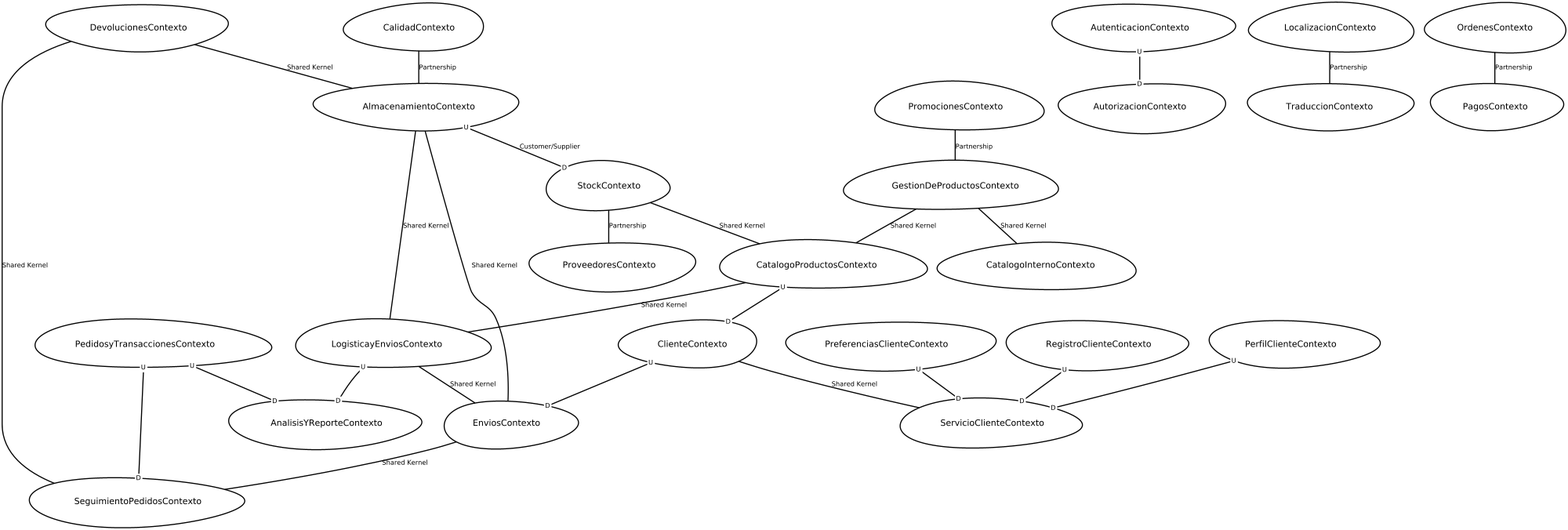
Before: src-gen/G6SistemaECommerce_ContextMap.png, a diagram exported from Graphviz (ErickAlexanderBecerra/CM---Sistema-E-Commerce). Its source is kept beside it as src-gen/G6SistemaECommerce_ContextMap.gv.
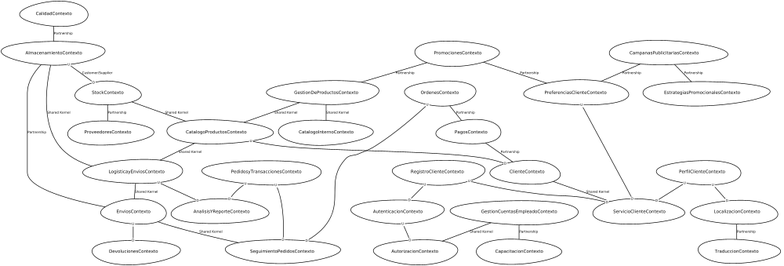
After the change.

The edit, as a diff of the source:
```diff
@@ -1,57 +1,61 @@
 digraph "ContextMapGraph" {
 graph ["imagepath"="/tmp/GraphvizJava"]
-"AlmacenamientoContexto" ["margin"="0.3","orientation"="275","shape"="egg","fontsize"="16","style"="bold","label"="AlmacenamientoContexto\n","fontname"="sans-serif"]
-"StockContexto" ["margin"="0.3","orientation"="137","shape"="egg","fontsize"="16","style"="bold","label"="StockContexto\n","fontname"="sans-serif"]
-"CatalogoProductosContexto" ["margin"="0.3","orientation"="135","shape"="egg","fontsize"="16","style"="bold","label"="CatalogoProductosContexto\n","fontname"="sans-serif"]
-"LogisticayEnviosContexto" ["margin"="0.3","orientation"="52","shape"="egg","fontsize"="16","style"="bold","label"="LogisticayEnviosContexto\n","fontname"="sans-serif"]
-"AnalisisYReporteContexto" ["margin"="0.3","orientation"="155","shape"="egg","fontsize"="16","style"="bold","label"="AnalisisYReporteContexto\n","fontname"="sans-serif"]
-"EnviosContexto" ["margin"="0.3","orientation"="259","shape"="egg","fontsize"="16","style"="bold","label"="EnviosContexto\n","fontname"="sans-serif"]
-"SeguimientoPedidosContexto" ["margin"="0.3","orientation"="43","shape"="egg","fontsize"="16","style"="bold","label"="SeguimientoPedidosContexto\n","fontname"="sans-serif"]
-"ClienteContexto" ["margin"="0.3","orientation"="47","shape"="egg","fontsize"="16","style"="bold","label"="ClienteContexto\n","fontname"="sans-serif"]
-"ServicioClienteContexto" ["margin"="0.3","orientation"="52","shape"="egg","fontsize"="16","style"="bold","label"="ServicioClienteContexto\n","fontname"="sans-serif"]
-"ProveedoresContexto" ["margin"="0.3","orientation"="36","shape"="egg","fontsize"="16","style"="bold","label"="ProveedoresContexto\n","fontname"="sans-serif"]
-"AutenticacionContexto" ["margin"="0.3","orientation"="115","shape"="egg","fontsize"="16","style"="bold","label"="AutenticacionContexto\n","fontname"="sans-serif"]
-"AutorizacionContexto" ["margin"="0.3","orientation"="267","shape"="egg","fontsize"="16","style"="bold","label"="AutorizacionContexto\n","fontname"="sans-serif"]
-"CalidadContexto" ["margin"="0.3","orientation"="51","shape"="egg","fontsize"="16","style"="bold","label"="CalidadContexto\n","fontname"="sans-serif"]
-"CatalogoInternoContexto" ["margin"="0.3","orientation"="332","shape"="egg","fontsize"="16","style"="bold","label"="CatalogoInternoContexto\n","fontname"="sans-serif"]
-"DevolucionesContexto" ["margin"="0.3","orientation"="96","shape"="egg","fontsize"="16","style"="bold","label"="DevolucionesContexto\n","fontname"="sans-serif"]
-"GestionDeProductosContexto" ["margin"="0.3","orientation"="241","shape"="egg","fontsize"="16","style"="bold","label"="GestionDeProductosContexto\n","fontname"="sans-serif"]
-"LocalizacionContexto" ["margin"="0.3","orientation"="291","shape"="egg","fontsize"="16","style"="bold","label"="LocalizacionContexto\n","fontname"="sans-serif"]
-"TraduccionContexto" ["margin"="0.3","orientation"="94","shape"="egg","fontsize"="16","style"="bold","label"="TraduccionContexto\n","fontname"="sans-serif"]
-"OrdenesContexto" ["margin"="0.3","orientation"="343","shape"="egg","fontsize"="16","style"="bold","label"="OrdenesContexto\n","fontname"="sans-serif"]
-"PagosContexto" ["margin"="0.3","orientation"="70","shape"="egg","fontsize"="16","style"="bold","label"="PagosContexto\n","fontname"="sans-serif"]
-"PedidosyTransaccionesContexto" ["margin"="0.3","orientation"="132","shape"="egg","fontsize"="16","style"="bold","label"="PedidosyTransaccionesContexto\n","fontname"="sans-serif"]
-"PerfilClienteContexto" ["margin"="0.3","orientation"="308","shape"="egg","fontsize"="16","style"="bold","label"="PerfilClienteContexto\n","fontname"="sans-serif"]
-"PreferenciasClienteContexto" ["margin"="0.3","orientation"="189","shape"="egg","fontsize"="16","style"="bold","label"="PreferenciasClienteContexto\n","fontname"="sans-serif"]
-"PromocionesContexto" ["margin"="0.3","orientation"="77","shape"="egg","fontsize"="16","style"="bold","label"="PromocionesContexto\n","fontname"="sans-serif"]
-"RegistroClienteContexto" ["margin"="0.3","orientation"="259","shape"="egg","fontsize"="16","style"="bold","label"="RegistroClienteContexto\n","fontname"="sans-serif"]
+"AlmacenamientoContexto" ["margin"="0.3","orientation"="273","shape"="egg","fontsize"="16","style"="bold","label"="AlmacenamientoContexto\n","fontname"="sans-serif"]
+"StockContexto" ["margin"="0.3","orientation"="239","shape"="egg","fontsize"="16","style"="bold","label"="StockContexto\n","fontname"="sans-serif"]
+"ProveedoresContexto" ["margin"="0.3","orientation"="153","shape"="egg","fontsize"="16","style"="bold","label"="ProveedoresContexto\n","fontname"="sans-serif"]
+"CatalogoProductosContexto" ["margin"="0.3","orientation"="122","shape"="egg","fontsize"="16","style"="bold","label"="CatalogoProductosContexto\n","fontname"="sans-serif"]
+"LogisticayEnviosContexto" ["margin"="0.3","orientation"="112","shape"="egg","fontsize"="16","style"="bold","label"="LogisticayEnviosContexto\n","fontname"="sans-serif"]
+"EnviosContexto" ["margin"="0.3","orientation"="47","shape"="egg","fontsize"="16","style"="bold","label"="EnviosContexto\n","fontname"="sans-serif"]
+"DevolucionesContexto" ["margin"="0.3","orientation"="48","shape"="egg","fontsize"="16","style"="bold","label"="DevolucionesContexto\n","fontname"="sans-serif"]
+"SeguimientoPedidosContexto" ["margin"="0.3","orientation"="186","shape"="egg","fontsize"="16","style"="bold","label"="SeguimientoPedidosContexto\n","fontname"="sans-serif"]
+"AnalisisYReporteContexto" ["margin"="0.3","orientation"="92","shape"="egg","fontsize"="16","style"="bold","label"="AnalisisYReporteContexto\n","fontname"="sans-serif"]
+"ClienteContexto" ["margin"="0.3","orientation"="17","shape"="egg","fontsize"="16","style"="bold","label"="ClienteContexto\n","fontname"="sans-serif"]
+"ServicioClienteContexto" ["margin"="0.3","orientation"="209","shape"="egg","fontsize"="16","style"="bold","label"="ServicioClienteContexto\n","fontname"="sans-serif"]
+"AutenticacionContexto" ["margin"="0.3","orientation"="158","shape"="egg","fontsize"="16","style"="bold","label"="AutenticacionContexto\n","fontname"="sans-serif"]
+"AutorizacionContexto" ["margin"="0.3","orientation"="186","shape"="egg","fontsize"="16","style"="bold","label"="AutorizacionContexto\n","fontname"="sans-serif"]
+"CalidadContexto" ["margin"="0.3","orientation"="296","shape"="egg","fontsize"="16","style"="bold","label"="CalidadContexto\n","fontname"="sans-serif"]
+"CampanasPublicitariasContexto" ["margin"="0.3","orientation"="42","shape"="egg","fontsize"="16","style"="bold","label"="CampanasPublicitariasContexto\n","fontname"="sans-serif"]
+"EstrategiasPromocionalesContexto" ["margin"="0.3","orientation"="310","shape"="egg","fontsize"="16","style"="bold","label"="EstrategiasPromocionalesContexto\n","fontname"="sans-serif"]
+"PreferenciasClienteContexto" ["margin"="0.3","orientation"="101","shape"="egg","fontsize"="16","style"="bold","label"="PreferenciasClienteContexto\n","fontname"="sans-serif"]
+"CapacitacionContexto" ["margin"="0.3","orientation"="12","shape"="egg","fontsize"="16","style"="bold","label"="CapacitacionContexto\n","fontname"="sans-serif"]
+"CatalogoInternoContexto" ["margin"="0.3","orientation"="176","shape"="egg","fontsize"="16","style"="bold","label"="CatalogoInternoContexto\n","fontname"="sans-serif"]
+"GestionCuentasEmpleadoContexto" ["margin"="0.3","orientation"="341","shape"="egg","fontsize"="16","style"="bold","label"="GestionCuentasEmpleadoContexto\n","fontname"="sans-serif"]
+"GestionDeProductosContexto" ["margin"="0.3","orientation"="38","shape"="egg","fontsize"="16","style"="bold","label"="GestionDeProductosContexto\n","fontname"="sans-serif"]
+"LocalizacionContexto" ["margin"="0.3","orientation"="209","shape"="egg","fontsize"="16","style"="bold","label"="LocalizacionContexto\n","fontname"="sans-serif"]
+"TraduccionContexto" ["margin"="0.3","orientation"="307","shape"="egg","fontsize"="16","style"="bold","label"="TraduccionContexto\n","fontname"="sans-serif"]
+"OrdenesContexto" ["margin"="0.3","orientation"="34","shape"="egg","fontsize"="16","style"="bold","label"="OrdenesContexto\n","fontname"="sans-serif"]
+"PagosContexto" ["margin"="0.3","orientation"="71","shape"="egg","fontsize"="16","style"="bold","label"="PagosContexto\n","fontname"="sans-serif"]
+"PedidosyTransaccionesContexto" ["margin"="0.3","orientation"="199","shape"="egg","fontsize"="16","style"="bold","label"="PedidosyTransaccionesContexto\n","fontname"="sans-serif"]
+"PerfilClienteContexto" ["margin"="0.3","orientation"="131","shape"="egg","fontsize"="16","style"="bold","label"="PerfilClienteContexto\n","fontname"="sans-serif"]
+"PromocionesContexto" ["margin"="0.3","orientation"="26","shape"="egg","fontsize"="16","style"="bold","label"="PromocionesContexto\n","fontname"="sans-serif"]
+"RegistroClienteContexto" ["margin"="0.3","orientation"="158","shape"="egg","fontsize"="16","style"="bold","label"="RegistroClienteContexto\n","fontname"="sans-serif"]
 "AlmacenamientoContexto" -> "StockContexto" ["headlabel"=<<table cellspacing="0" cellborder="0" border="0">
 <tr><td bgcolor="white">D</td></tr>
 </table>>,"labeldistance"="0","fontsize"="12","taillabel"=<<table cellspacing="0" cellborder="0" border="0">
 <tr><td bgcolor="white">U</td></tr>
 </table>>,"style"="bold","label"="Customer/Supplier","dir"="none","fontname"="sans-serif"]
+"StockContexto" -> "ProveedoresContexto" ["fontsize"="12","style"="bold","label"="Partnership","dir"="none","fontname"="sans-serif"]
 "StockContexto" -> "CatalogoProductosContexto" ["fontsize"="12","style"="bold","label"="Shared Kernel","dir"="none","fontname"="sans-serif"]
-"StockContexto" -> "ProveedoresContexto" ["fontsize"="12","style"="bold","label"="Partnership","dir"="none","fontname"="sans-serif"]
 "CatalogoProductosContexto" -> "LogisticayEnviosContexto" ["fontsize"="12","style"="bold","label"="Shared Kernel","dir"="none","fontname"="sans-serif"]
 "CatalogoProductosContexto" -> "ClienteContexto" ["headlabel"=<<table cellspacing="0" cellborder="0" border="0">
 <tr><td bgcolor="white">D</td></tr>
 </table>>,"labeldistance"="0","fontsize"="12","taillabel"=<<table cellspacing="0" cellborder="0" border="0">
 <tr><td bgcolor="white">U</td></tr>
 </table>>,"style"="bold","label"="                                        ","dir"="none","fontname"="sans-serif"]
+"LogisticayEnviosContexto" -> "EnviosContexto" ["fontsize"="12","style"="bold","label"="Shared Kernel","dir"="none","fontname"="sans-serif"]
+"LogisticayEnviosContexto" -> "AlmacenamientoContexto" ["fontsize"="12","style"="bold","label"="Shared Kernel","dir"="none","fontname"="sans-serif"]
 "LogisticayEnviosContexto" -> "AnalisisYReporteContexto" ["headlabel"=<<table cellspacing="0" cellborder="0" border="0">
 <tr><td bgcolor="white">D</td></tr>
 </table>>,"labeldistance"="0","fontsize"="12","taillabel"=<<table cellspacing="0" cellborder="0" border="0">
 <tr><td bgcolor="white">U</td></tr>
 </table>>,"style"="bold","label"="                                        ","dir"="none","fontname"="sans-serif"]
-"LogisticayEnviosContexto" -> "EnviosContexto" ["fontsize"="12","style"="bold","label"="Shared Kernel","dir"="none","fontname"="sans-serif"]
-"LogisticayEnviosContexto" -> "AlmacenamientoContexto" ["fontsize"="12","style"="bold","label"="Shared Kernel","dir"="none","fontname"="sans-serif"]
-"EnviosContexto" -> "SeguimientoPedidosContexto" ["fontsize"="12","style"="bold","label"="Shared Kernel","dir"="none","fontname"="sans-serif"]
-"EnviosContexto" -> "AlmacenamientoContexto" ["fontsize"="12","style"="bold","label"="Shared Kernel","dir"="none","fontname"="sans-serif"]
-"ClienteContexto" -> "EnviosContexto" ["headlabel"=<<table cellspacing="0" cellborder="0" border="0">
+"EnviosContexto" -> "DevolucionesContexto" ["headlabel"=<<table cellspacing="0" cellborder="0" border="0">
 <tr><td bgcolor="white">D</td></tr>
 </table>>,"labeldistance"="0","fontsize"="12","taillabel"=<<table cellspacing="0" cellborder="0" border="0">
 <tr><td bgcolor="white">U</td></tr>
 </table>>,"style"="bold","label"="                                        ","dir"="none","fontname"="sans-serif"]
+"EnviosContexto" -> "AlmacenamientoContexto" ["fontsize"="12","style"="bold","label"="Partnership","dir"="none","fontname"="sans-serif"]
+"EnviosContexto" -> "SeguimientoPedidosContexto" ["fontsize"="12","style"="bold","label"="Shared Kernel","dir"="none","fontname"="sans-serif"]
 "ClienteContexto" -> "ServicioClienteContexto" ["fontsize"="12","style"="bold","label"="Shared Kernel","dir"="none","fontname"="sans-serif"]
 "AutenticacionContexto" -> "AutorizacionContexto" ["headlabel"=<<table cellspacing="0" cellborder="0" border="0">
 <tr><td bgcolor="white">D</td></tr>
@@ -59,18 +63,31 @@
 <tr><td bgcolor="white">U</td></tr>
 </table>>,"style"="bold","label"="                                        ","dir"="none","fontname"="sans-serif"]
 "CalidadContexto" -> "AlmacenamientoContexto" ["fontsize"="12","style"="bold","label"="Partnership","dir"="none","fontname"="sans-serif"]
-"DevolucionesContexto" -> "AlmacenamientoContexto" ["fontsize"="12","style"="bold","label"="Shared Kernel","dir"="none","fontname"="sans-serif"]
-"DevolucionesContexto" -> "SeguimientoPedidosContexto" ["fontsize"="12","style"="bold","label"="Shared Kernel","dir"="none","fontname"="sans-serif"]
+"CampanasPublicitariasContexto" -> "EstrategiasPromocionalesContexto" ["fontsize"="12","style"="bold","label"="Partnership","dir"="none","fontname"="sans-serif"]
+"CampanasPublicitariasContexto" -> "PreferenciasClienteContexto" ["fontsize"="12","style"="bold","label"="Partnership","dir"="none","fontname"="sans-serif"]
+"PreferenciasClienteContexto" -> "ServicioClienteContexto" ["headlabel"=<<table cellspacing="0" cellborder="0" border="0">
+<tr><td bgcolor="white">D</td></tr>
+</table>>,"labeldistance"="0","fontsize"="12","taillabel"=<<table cellspacing="0" cellborder="0" border="0">
+<tr><td bgcolor="white">U</td></tr>
+</table>>,"style"="bold","label"="                                        ","dir"="none","fontname"="sans-serif"]
+"GestionCuentasEmpleadoContexto" -> "CapacitacionContexto" ["fontsize"="12","style"="bold","label"="Partnership","dir"="none","fontname"="sans-serif"]
+"GestionCuentasEmpleadoContexto" -> "AutorizacionContexto" ["fontsize"="12","style"="bold","label"="Shared Kernel","dir"="none","fontname"="sans-serif"]
 "GestionDeProductosContexto" -> "CatalogoInternoContexto" ["fontsize"="12","style"="bold","label"="Shared Kernel","dir"="none","fontname"="sans-serif"]
 "GestionDeProductosContexto" -> "CatalogoProductosContexto" ["fontsize"="12","style"="bold","label"="Shared Kernel","dir"="none","fontname"="sans-serif"]
 "LocalizacionContexto" -> "TraduccionContexto" ["fontsize"="12","style"="bold","label"="Partnership","dir"="none","fontname"="sans-serif"]
 "OrdenesContexto" -> "PagosContexto" ["fontsize"="12","style"="bold","label"="Partnership","dir"="none","fontname"="sans-serif"]
-"PedidosyTransaccionesContexto" -> "SeguimientoPedidosContexto" ["headlabel"=<<table cellspacing="0" cellborder="0" border="0">
+"OrdenesContexto" -> "SeguimientoPedidosContexto" ["headlabel"=<<table cellspacing="0" cellborder="0" border="0">
 <tr><td bgcolor="white">D</td></tr>
 </table>>,"labeldistance"="0","fontsize"="12","taillabel"=<<table cellspacing="0" cellborder="0" border="0">
 <tr><td bgcolor="white">U</td></tr>
 </table>>,"style"="bold","label"="                                        ","dir"="none","fontname"="sans-serif"]
+"PagosContexto" -> "ClienteContexto" ["fontsize"="12","style"="bold","label"="Partnership","dir"="none","fontname"="sans-serif"]
 "PedidosyTransaccionesContexto" -> "AnalisisYReporteContexto" ["headlabel"=<<table cellspacing="0" cellborder="0" border="0">
+<tr><td bgcolor="white">D</td></tr>
+</table>>,"labeldistance"="0","fontsize"="12","taillabel"=<<table cellspacing="0" cellborder="0" border="0">
+<tr><td bgcolor="white">U</td></tr>
+</table>>,"style"="bold","label"="                                        ","dir"="none","fontname"="sans-serif"]
+"PedidosyTransaccionesContexto" -> "SeguimientoPedidosContexto" ["headlabel"=<<table cellspacing="0" cellborder="0" border="0">
 <tr><td bgcolor="white">D</td></tr>
 </table>>,"labeldistance"="0","fontsize"="12","taillabel"=<<table cellspacing="0" cellborder="0" border="0">
 <tr><td bgcolor="white">U</td></tr>
@@ -80,12 +97,18 @@
 </table>>,"labeldistance"="0","fontsize"="12","taillabel"=<<table cellspacing="0" cellborder="0" border="0">
 <tr><td bgcolor="white">U</td></tr>
 </table>>,"style"="bold","label"="                                        ","dir"="none","fontname"="sans-serif"]
-"PreferenciasClienteContexto" -> "ServicioClienteContexto" ["headlabel"=<<table cellspacing="0" cellborder="0" border="0">
+"PerfilClienteContexto" -> "LocalizacionContexto" ["headlabel"=<<table cellspacing="0" cellborder="0" border="0">
 <tr><td bgcolor="white">D</td></tr>
 </table>>,"labeldistance"="0","fontsize"="12","taillabel"=<<table cellspacing="0" cellborder="0" border="0">
 <tr><td bgcolor="white">U</td></tr>
 </table>>,"style"="bold","label"="                                        ","dir"="none","fontname"="sans-serif"]
+"PromocionesContexto" -> "PreferenciasClienteContexto" ["fontsize"="12","style"="bold","label"="Partnership","dir"="none","fontname"="sans-serif"]
 "PromocionesContexto" -> "GestionDeProductosContexto" ["fontsize"="12","style"="bold","label"="Partnership","dir"="none","fontname"="sans-serif"]
+"RegistroClienteContexto" -> "AutenticacionContexto" ["headlabel"=<<table cellspacing="0" cellborder="0" border="0">
+<tr><td bgcolor="white">D</td></tr>
+</table>>,"labeldistance"="0","fontsize"="12","taillabel"=<<table cellspacing="0" cellborder="0" border="0">
+<tr><td bgcolor="white">U</td></tr>
+</table>>,"style"="bold","label"="                                        ","dir"="none","fontname"="sans-serif"]
 "RegistroClienteContexto" -> "ServicioClienteContexto" ["headlabel"=<<table cellspacing="0" cellborder="0" border="0">
 <tr><td bgcolor="white">D</td></tr>
 </table>>,"labeldistance"="0","fontsize"="12","taillabel"=<<table cellspacing="0" cellborder="0" border="0">
```
